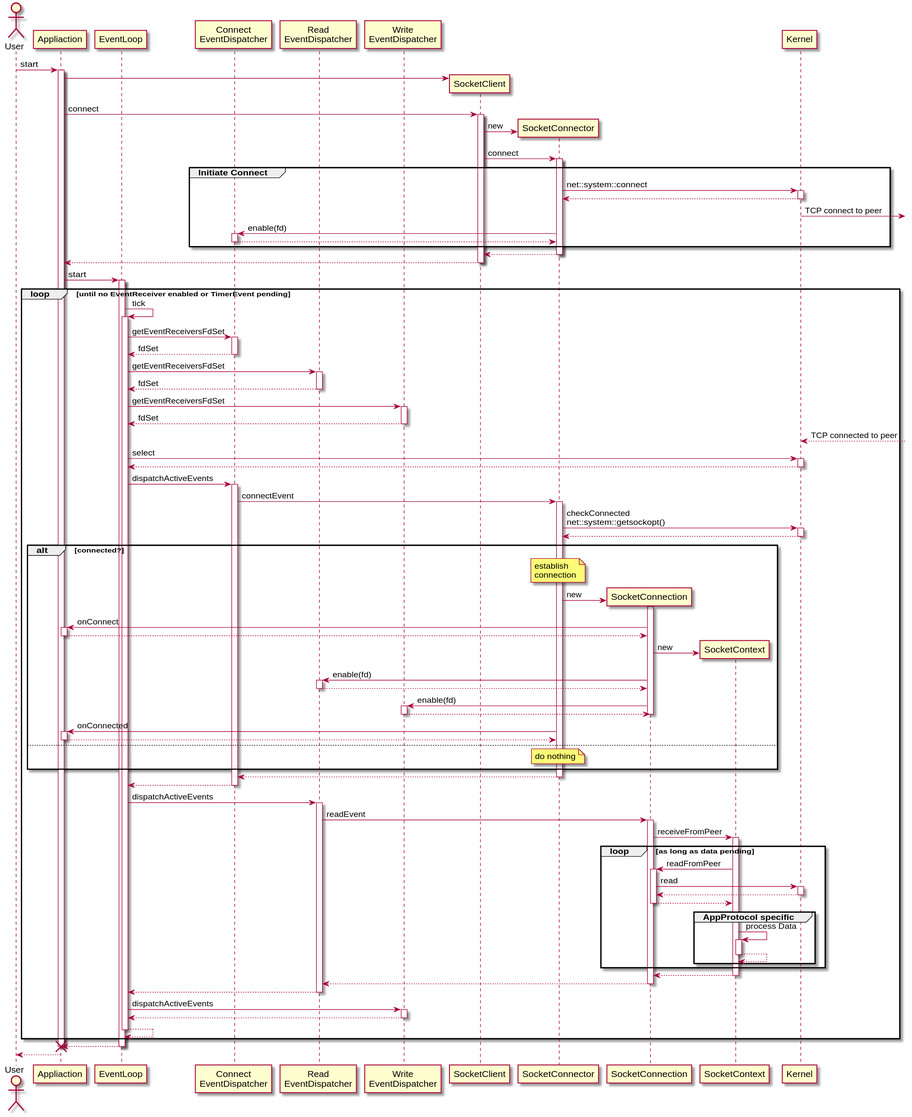
Above: html/inline_umlgraph_2.svg in VolkerChristian/snode.c-doc (PlantUML), before the change. Source of this version:
```plantuml
@startuml inline_umlgraph_2.svg
skinparam handwritten false
skinparam sequenceMessageAlign left
actor User as usr
participant Appliaction as app
participant EventLoop as el
participant "Connect\nEventDispatcher" as ced
participant "Read\nEventDispatcher" as red
participant "Write\nEventDispatcher" as wed
participant SocketClient as sc
participant SocketConnector as scon
participant SocketConnection as sct
participant SocketContext as sctx
participant "Kernel" as knl

usr -> app ++ : start
  app -> sc **
  app -> sc ++ : connect
    sc -> scon ** : new
      sc -> scon ++ : connect
      group Initiate Connect
        scon -> knl ++ : net::system::connect
        return
        knl ->] : TCP connect to peer
        scon -> ced ++ : enable(fd)
        return
      end group
    return
  return

  app -> el ++ : start
    loop until no EventReceiver enabled or TimerEvent pending
      el -> el ++ : tick
        el -> ced ++ : getEventReceiversFdSet
        return fdSet
        el -> red ++ : getEventReceiversFdSet
        return fdSet
        el -> wed ++ : getEventReceiversFdSet
        return fdSet
        knl <--] : TCP connected to peer
        el -> knl ++ : select
        return
        el -> ced ++ : dispatchActiveEvents
          ced -> scon ++ : connectEvent
            scon -> knl ++ : checkConnected\nnet::system::getsockopt()
            return
            alt connected?
              note over scon : establish\nconnection
              scon -> sct ** : new
              activate sct
              sct -> app ++ : onConnect
              return
              sct -> sctx ** : new
              sct -> red ++ : enable(fd)
              return
              sct -> wed ++ : enable(fd)
              return
              deactivate sct
              scon -> app ++ : onConnected
              return
            else
              note over scon : do nothing
            end
          return
        return
        el -> red ++ : dispatchActiveEvents
          red -> sct ++ : readEvent
            sct -> sctx ++ : receiveFromPeer
              loop as long as data pending
                sctx-> sct ++ : readFromPeer
                  sct -> knl ++ : read
                  return
                return
                group AppProtocol specific
                  sctx -> sctx ++ : process Data
                  return
                end
              end
            return
          return
        return
        el -> wed ++ : dispatchActiveEvents
        return
      return
    end
  return

destroy app
return
@enduml
```
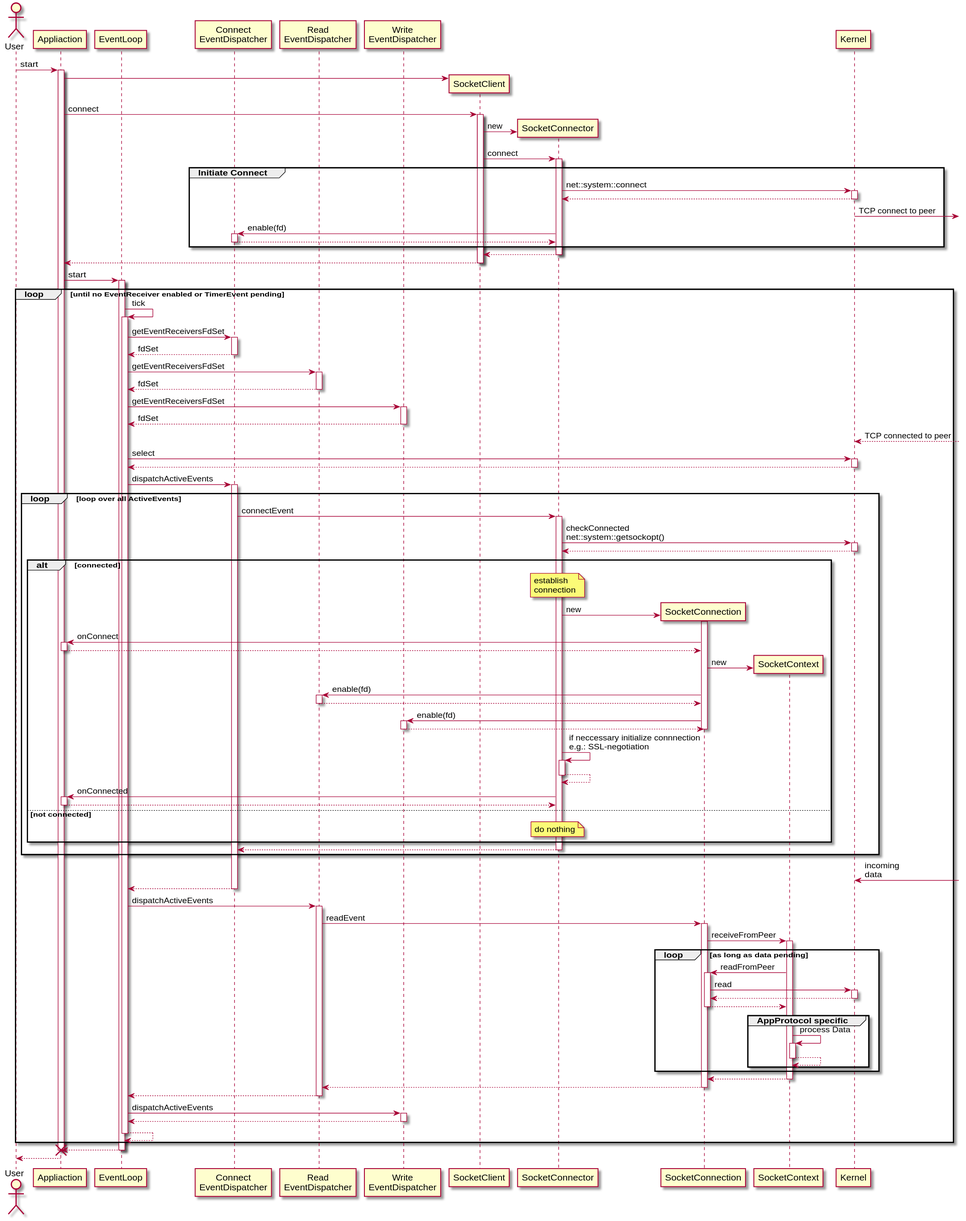
After the change.

The edit, as a diff of the source:
```diff
@@ -41,27 +41,32 @@
         el -> knl ++ : select
         return
         el -> ced ++ : dispatchActiveEvents
-          ced -> scon ++ : connectEvent
-            scon -> knl ++ : checkConnected\nnet::system::getsockopt()
+          loop loop over all ActiveEvents
+            ced -> scon ++ : connectEvent
+              scon -> knl ++ : checkConnected\nnet::system::getsockopt()
+              return
+              alt connected
+                note over scon : establish\nconnection
+                scon -> sct ** : new
+                activate sct
+                sct -> app ++ : onConnect
+                return
+                sct -> sctx ** : new
+                sct -> red ++ : enable(fd)
+                return
+                sct -> wed ++ : enable(fd)
+                return
+                deactivate sct
+                scon -> scon ++ : if neccessary initialize connnection\ne.g.: SSL-negotiation
+                return
+                scon -> app ++ : onConnected
+                return
+              else not connected
+                note over scon : do nothing
+              end
             return
-            alt connected?
-              note over scon : establish\nconnection
-              scon -> sct ** : new
-              activate sct
-              sct -> app ++ : onConnect
-              return
-              sct -> sctx ** : new
-              sct -> red ++ : enable(fd)
-              return
-              sct -> wed ++ : enable(fd)
-              return
-              deactivate sct
-              scon -> app ++ : onConnected
-              return
-            else
-              note over scon : do nothing
-            end
-          return
+          end
+          knl <-] : incoming\ndata
         return
         el -> red ++ : dispatchActiveEvents
           red -> sct ++ : readEvent
@@ -84,7 +89,6 @@
       return
     end
   return
-
-destroy app
+  destroy app
 return
 @enduml
```
